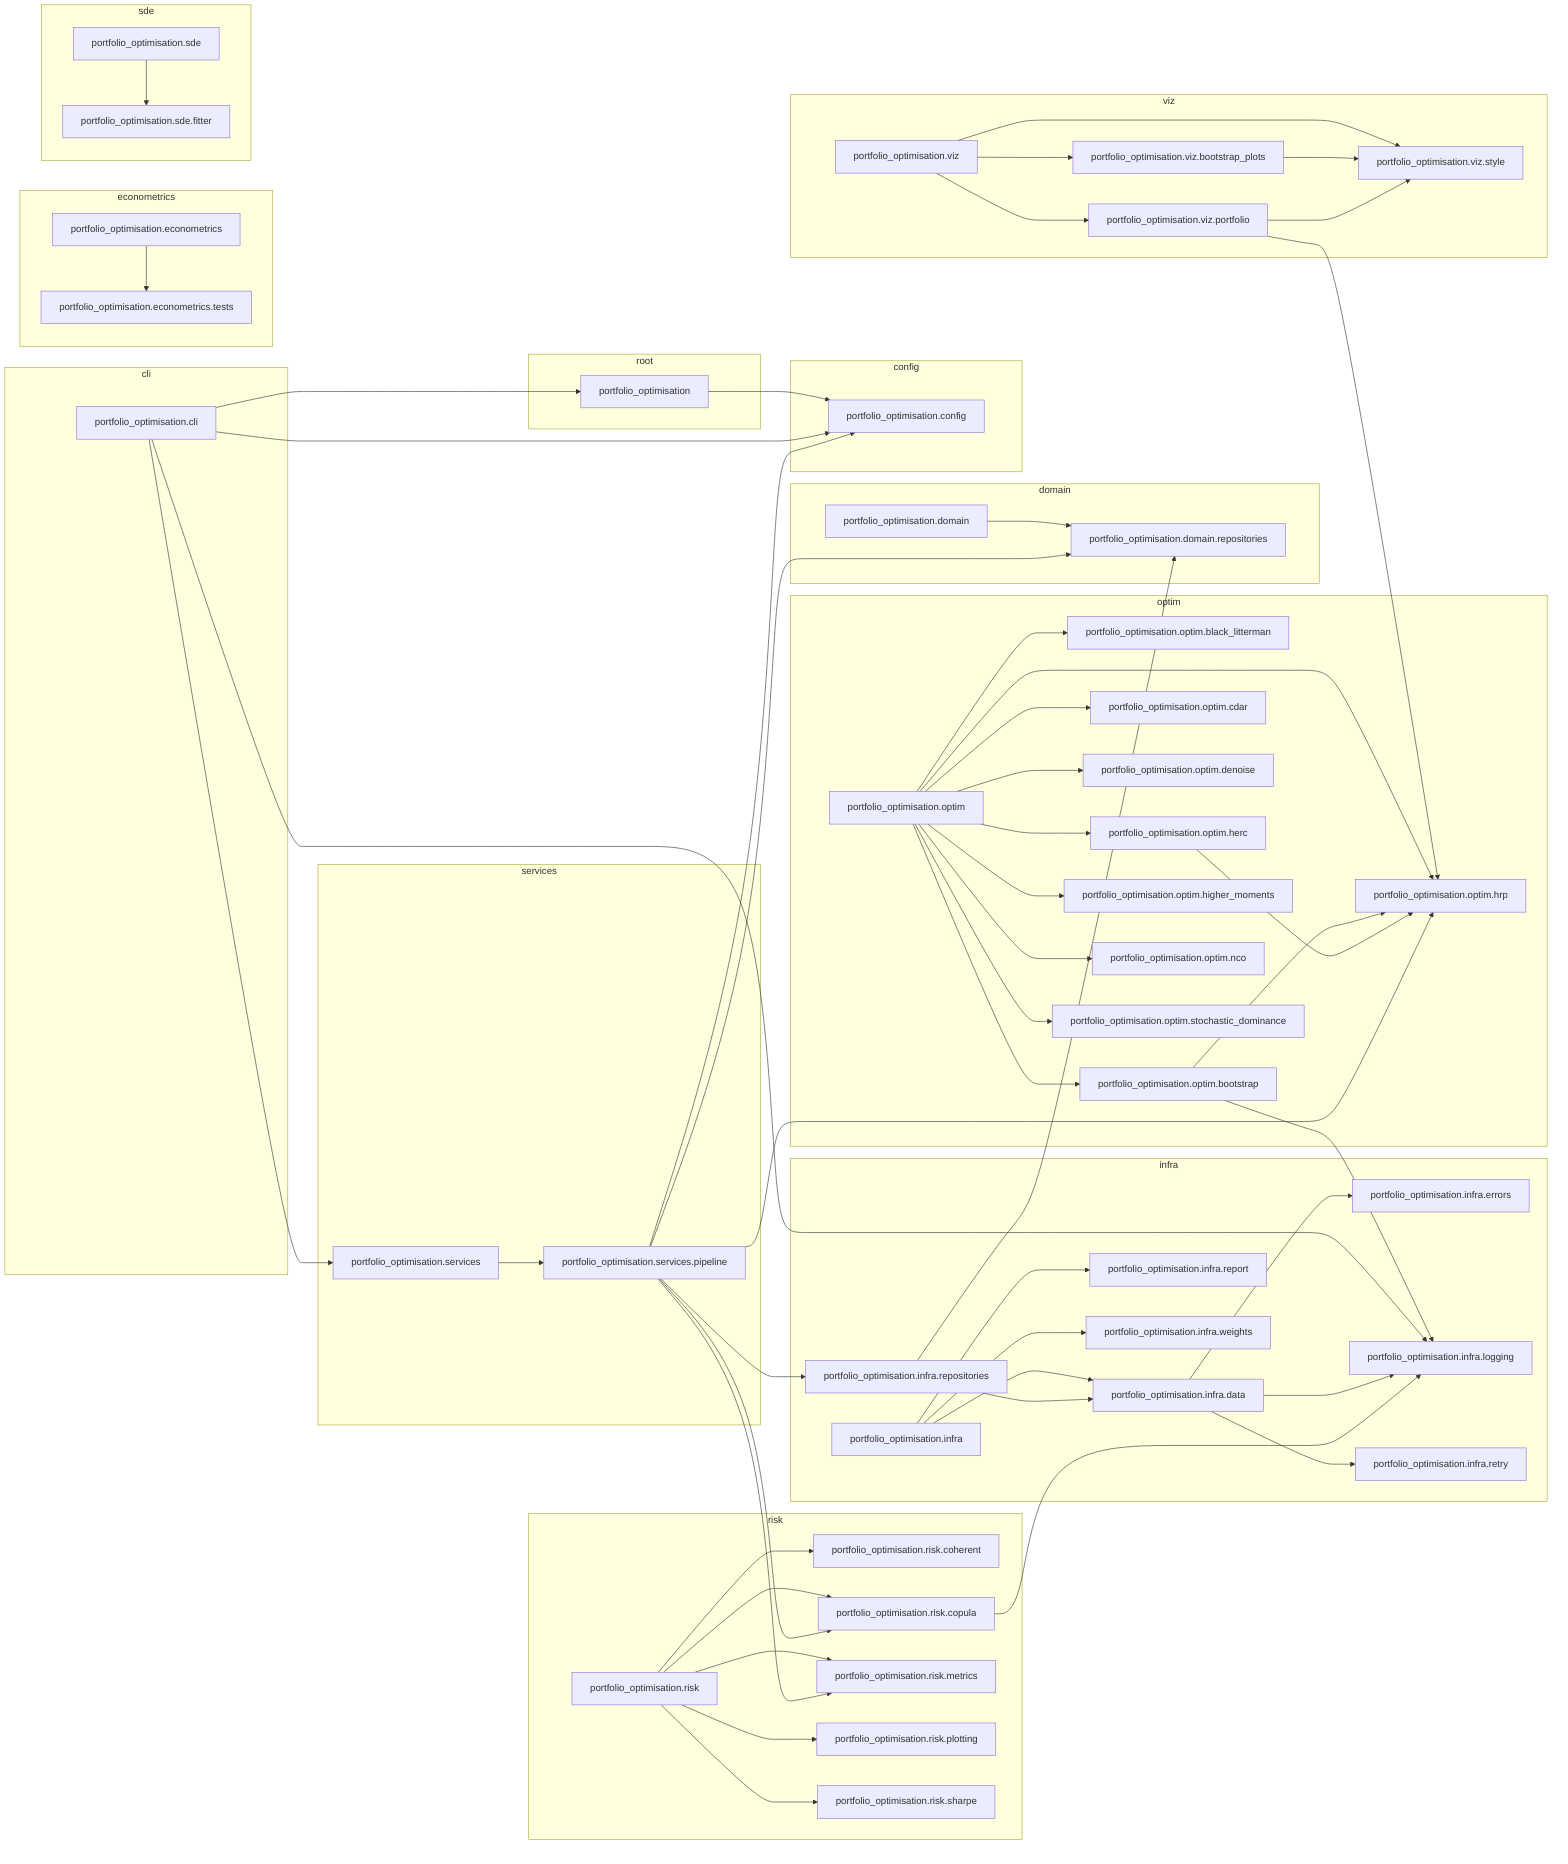
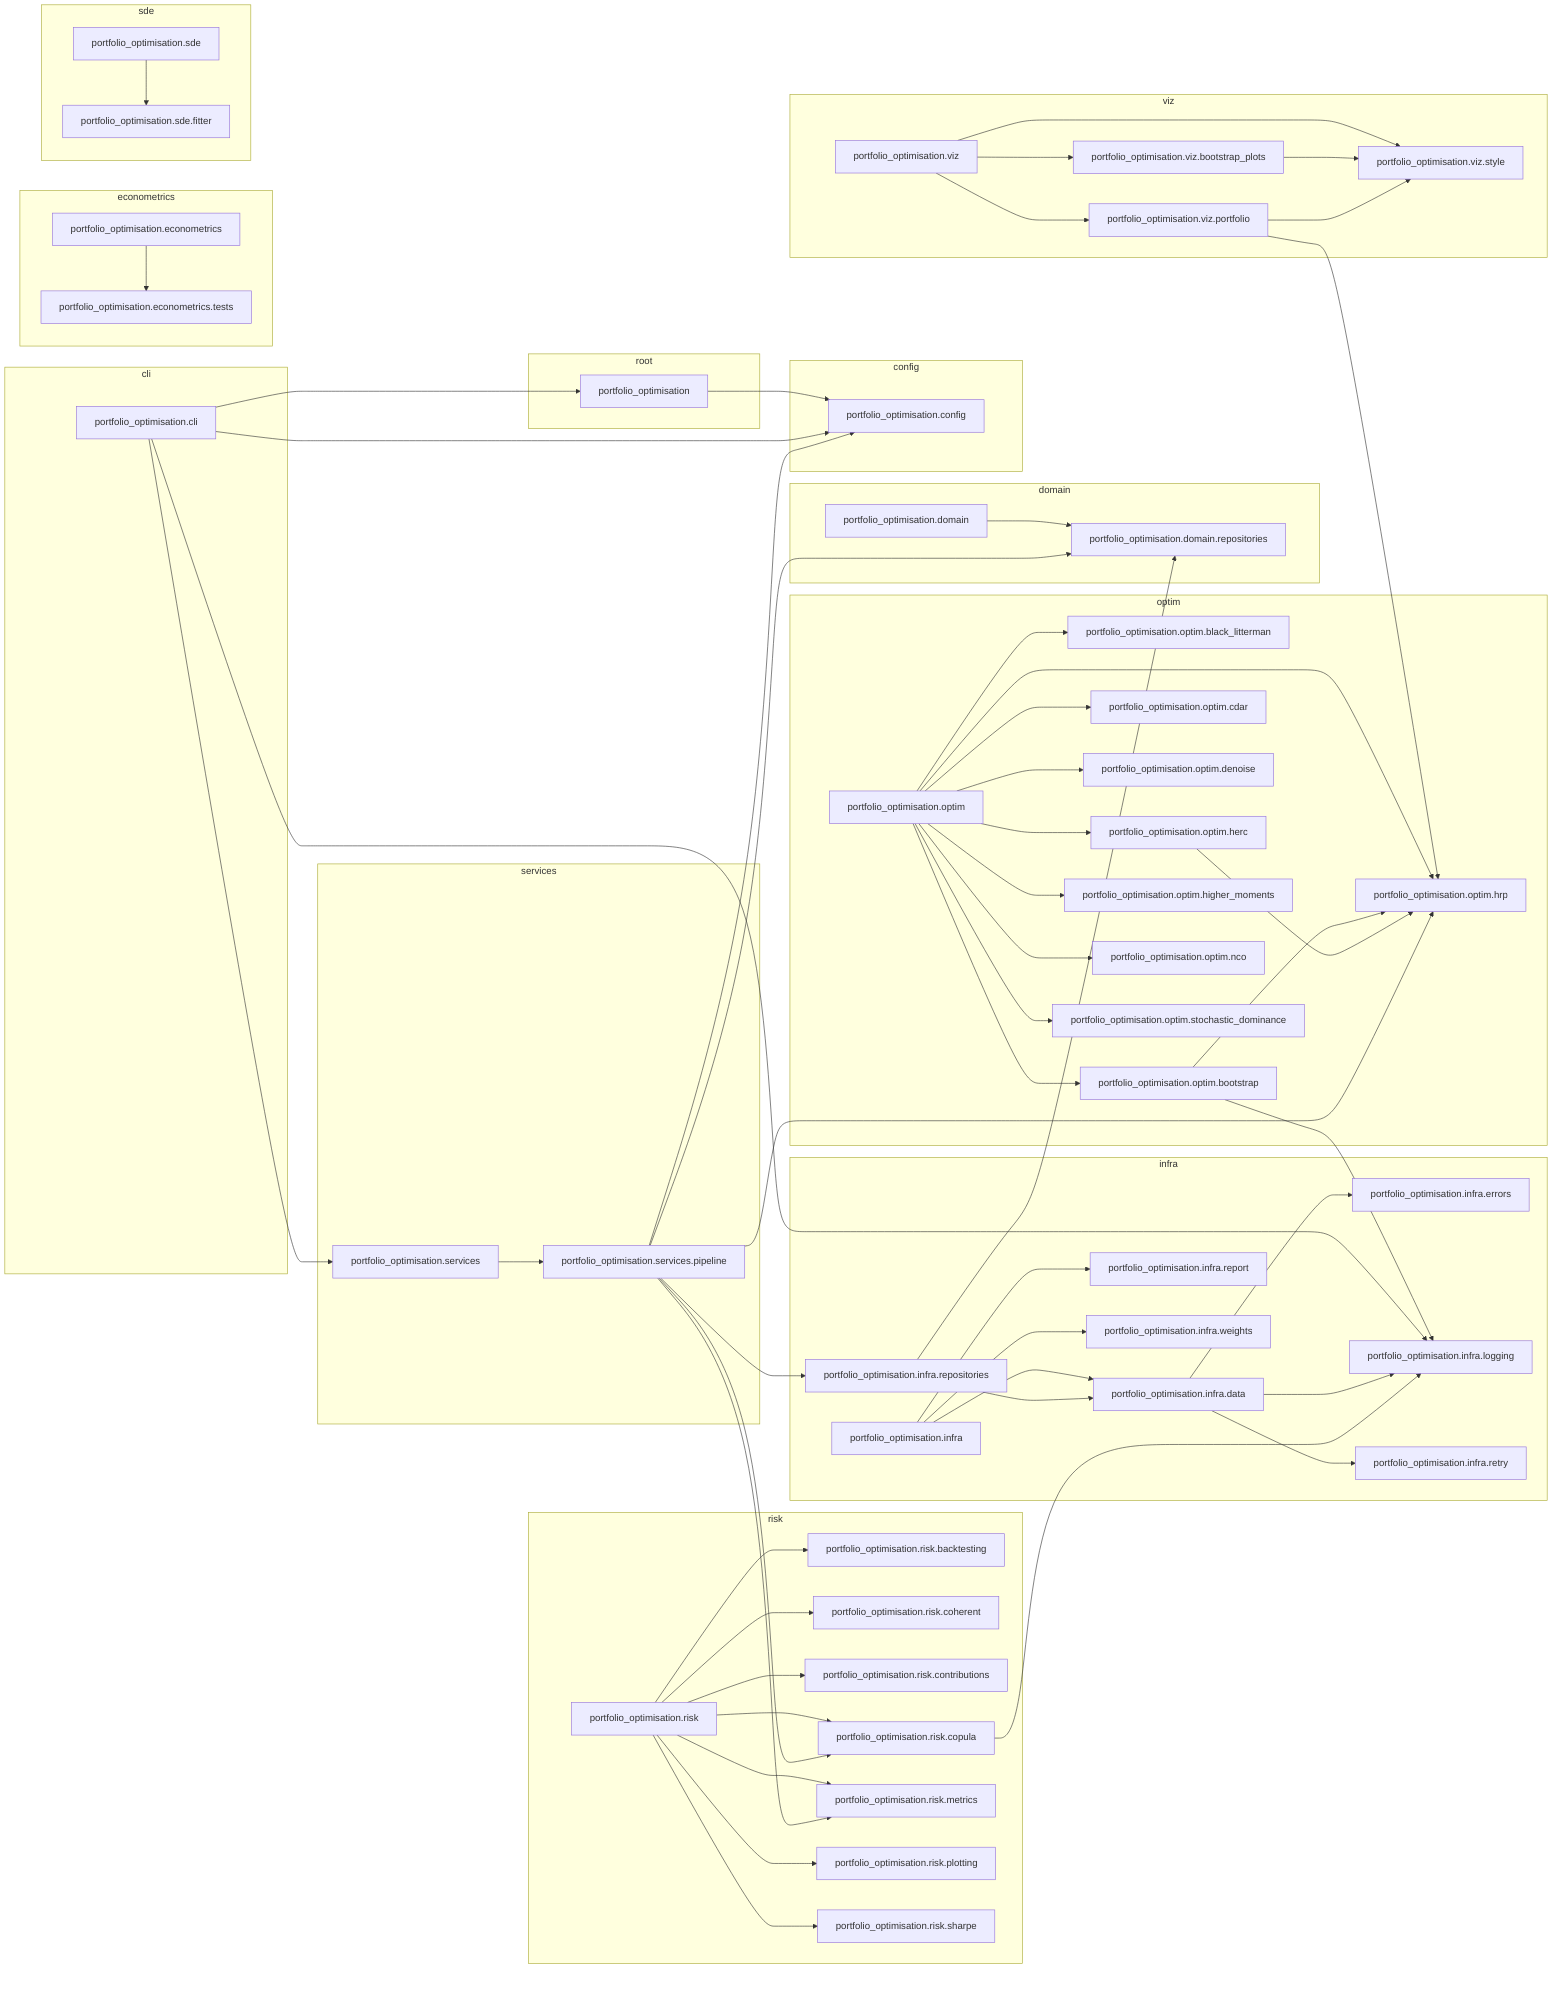
flowchart LR
    subgraph cli
        portfolio_optimisation_cli["portfolio_optimisation.cli"]
    end
    subgraph config
        portfolio_optimisation_config["portfolio_optimisation.config"]
    end
    subgraph domain
        portfolio_optimisation_domain["portfolio_optimisation.domain"]
        portfolio_optimisation_domain_repositories["portfolio_optimisation.domain.repositories"]
    end
    subgraph econometrics
        portfolio_optimisation_econometrics["portfolio_optimisation.econometrics"]
        portfolio_optimisation_econometrics_tests["portfolio_optimisation.econometrics.tests"]
    end
    subgraph infra
        portfolio_optimisation_infra["portfolio_optimisation.infra"]
        portfolio_optimisation_infra_data["portfolio_optimisation.infra.data"]
        portfolio_optimisation_infra_errors["portfolio_optimisation.infra.errors"]
        portfolio_optimisation_infra_logging["portfolio_optimisation.infra.logging"]
        portfolio_optimisation_infra_report["portfolio_optimisation.infra.report"]
        portfolio_optimisation_infra_repositories["portfolio_optimisation.infra.repositories"]
        portfolio_optimisation_infra_retry["portfolio_optimisation.infra.retry"]
        portfolio_optimisation_infra_weights["portfolio_optimisation.infra.weights"]
    end
    subgraph optim
        portfolio_optimisation_optim["portfolio_optimisation.optim"]
        portfolio_optimisation_optim_black_litterman["portfolio_optimisation.optim.black_litterman"]
        portfolio_optimisation_optim_bootstrap["portfolio_optimisation.optim.bootstrap"]
        portfolio_optimisation_optim_cdar["portfolio_optimisation.optim.cdar"]
        portfolio_optimisation_optim_denoise["portfolio_optimisation.optim.denoise"]
        portfolio_optimisation_optim_herc["portfolio_optimisation.optim.herc"]
        portfolio_optimisation_optim_higher_moments["portfolio_optimisation.optim.higher_moments"]
        portfolio_optimisation_optim_hrp["portfolio_optimisation.optim.hrp"]
        portfolio_optimisation_optim_nco["portfolio_optimisation.optim.nco"]
        portfolio_optimisation_optim_stochastic_dominance["portfolio_optimisation.optim.stochastic_dominance"]
    end
    subgraph risk
        portfolio_optimisation_risk["portfolio_optimisation.risk"]
+         portfolio_optimisation_risk_backtesting["portfolio_optimisation.risk.backtesting"]
        portfolio_optimisation_risk_coherent["portfolio_optimisation.risk.coherent"]
+         portfolio_optimisation_risk_contributions["portfolio_optimisation.risk.contributions"]
        portfolio_optimisation_risk_copula["portfolio_optimisation.risk.copula"]
        portfolio_optimisation_risk_metrics["portfolio_optimisation.risk.metrics"]
        portfolio_optimisation_risk_plotting["portfolio_optimisation.risk.plotting"]
        portfolio_optimisation_risk_sharpe["portfolio_optimisation.risk.sharpe"]
    end
    subgraph root
        portfolio_optimisation["portfolio_optimisation"]
    end
    subgraph sde
        portfolio_optimisation_sde["portfolio_optimisation.sde"]
        portfolio_optimisation_sde_fitter["portfolio_optimisation.sde.fitter"]
    end
    subgraph services
        portfolio_optimisation_services["portfolio_optimisation.services"]
        portfolio_optimisation_services_pipeline["portfolio_optimisation.services.pipeline"]
    end
    subgraph viz
        portfolio_optimisation_viz["portfolio_optimisation.viz"]
        portfolio_optimisation_viz_bootstrap_plots["portfolio_optimisation.viz.bootstrap_plots"]
        portfolio_optimisation_viz_portfolio["portfolio_optimisation.viz.portfolio"]
        portfolio_optimisation_viz_style["portfolio_optimisation.viz.style"]
    end
    portfolio_optimisation --> portfolio_optimisation_config
    portfolio_optimisation_cli --> portfolio_optimisation
    portfolio_optimisation_cli --> portfolio_optimisation_config
    portfolio_optimisation_cli --> portfolio_optimisation_infra_logging
    portfolio_optimisation_cli --> portfolio_optimisation_services
    portfolio_optimisation_domain --> portfolio_optimisation_domain_repositories
    portfolio_optimisation_econometrics --> portfolio_optimisation_econometrics_tests
    portfolio_optimisation_infra --> portfolio_optimisation_infra_data
    portfolio_optimisation_infra --> portfolio_optimisation_infra_report
    portfolio_optimisation_infra --> portfolio_optimisation_infra_weights
    portfolio_optimisation_infra_data --> portfolio_optimisation_infra_errors
    portfolio_optimisation_infra_data --> portfolio_optimisation_infra_logging
    portfolio_optimisation_infra_data --> portfolio_optimisation_infra_retry
    portfolio_optimisation_infra_repositories --> portfolio_optimisation_domain_repositories
    portfolio_optimisation_infra_repositories --> portfolio_optimisation_infra_data
    portfolio_optimisation_optim --> portfolio_optimisation_optim_black_litterman
    portfolio_optimisation_optim --> portfolio_optimisation_optim_bootstrap
    portfolio_optimisation_optim --> portfolio_optimisation_optim_cdar
    portfolio_optimisation_optim --> portfolio_optimisation_optim_denoise
    portfolio_optimisation_optim --> portfolio_optimisation_optim_herc
    portfolio_optimisation_optim --> portfolio_optimisation_optim_higher_moments
    portfolio_optimisation_optim --> portfolio_optimisation_optim_hrp
    portfolio_optimisation_optim --> portfolio_optimisation_optim_nco
    portfolio_optimisation_optim --> portfolio_optimisation_optim_stochastic_dominance
    portfolio_optimisation_optim_bootstrap --> portfolio_optimisation_infra_logging
    portfolio_optimisation_optim_bootstrap --> portfolio_optimisation_optim_hrp
    portfolio_optimisation_optim_herc --> portfolio_optimisation_optim_hrp
+     portfolio_optimisation_risk --> portfolio_optimisation_risk_backtesting
    portfolio_optimisation_risk --> portfolio_optimisation_risk_coherent
+     portfolio_optimisation_risk --> portfolio_optimisation_risk_contributions
    portfolio_optimisation_risk --> portfolio_optimisation_risk_copula
    portfolio_optimisation_risk --> portfolio_optimisation_risk_metrics
    portfolio_optimisation_risk --> portfolio_optimisation_risk_plotting
    portfolio_optimisation_risk --> portfolio_optimisation_risk_sharpe
    portfolio_optimisation_risk_copula --> portfolio_optimisation_infra_logging
    portfolio_optimisation_sde --> portfolio_optimisation_sde_fitter
    portfolio_optimisation_services --> portfolio_optimisation_services_pipeline
    portfolio_optimisation_services_pipeline --> portfolio_optimisation_config
    portfolio_optimisation_services_pipeline --> portfolio_optimisation_domain_repositories
    portfolio_optimisation_services_pipeline --> portfolio_optimisation_infra_repositories
    portfolio_optimisation_services_pipeline --> portfolio_optimisation_optim_hrp
    portfolio_optimisation_services_pipeline --> portfolio_optimisation_risk_copula
    portfolio_optimisation_services_pipeline --> portfolio_optimisation_risk_metrics
    portfolio_optimisation_viz --> portfolio_optimisation_viz_bootstrap_plots
    portfolio_optimisation_viz --> portfolio_optimisation_viz_portfolio
    portfolio_optimisation_viz --> portfolio_optimisation_viz_style
    portfolio_optimisation_viz_bootstrap_plots --> portfolio_optimisation_viz_style
    portfolio_optimisation_viz_portfolio --> portfolio_optimisation_optim_hrp
    portfolio_optimisation_viz_portfolio --> portfolio_optimisation_viz_style
